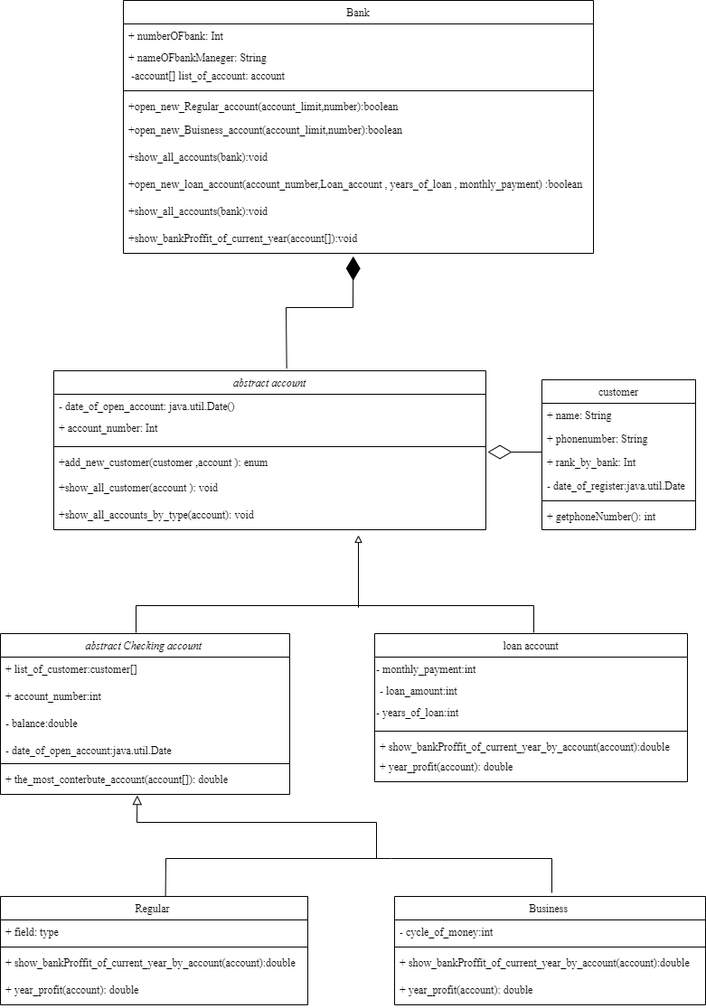
The draw.io diagram Bank.drawio.png in oran950/bank, before a commit. Source tidied: cells renumbered, new cells last; positions are measured from the earlier drawing's top-left corner, leaving out a move shared by most shapes.
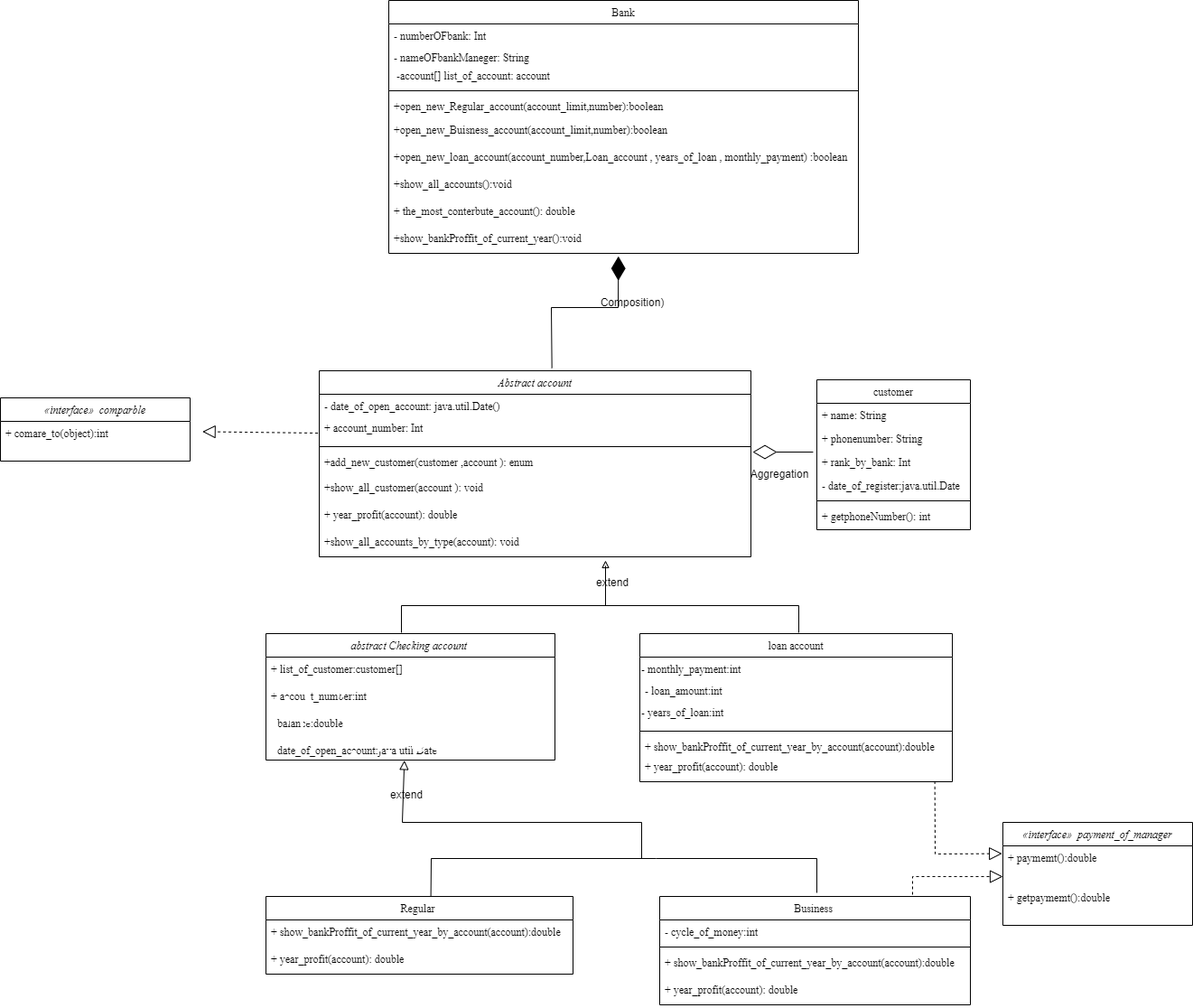
Above is the later version.

The edit, as a diff of the source:
```diff
@@ -13,22 +13,16 @@
       </mxGeometry>
     </mxCell>
     <mxCell id="3" value="Regular " style="swimlane;fontStyle=0;align=center;verticalAlign=top;horizontal=1;startSize=26;rounded=0;labelBackgroundColor=none;fontFamily=Times New Roman;" parent="1" vertex="1">
-      <mxGeometry y="992" width="340" height="120" as="geometry" />
+      <mxGeometry y="992" width="340" height="86" as="geometry" />
     </mxCell>
-    <mxCell id="4" value="+ field: type" style="text;strokeColor=none;fillColor=none;align=left;verticalAlign=top;spacingLeft=4;spacingRight=4;overflow=hidden;rounded=0;labelBackgroundColor=none;fontFamily=Times New Roman;fontStyle=0;" parent="3" vertex="1">
-      <mxGeometry y="26" width="340" height="26" as="geometry" />
-    </mxCell>
-    <mxCell id="5" style="line;strokeWidth=1;fillColor=none;align=left;verticalAlign=middle;spacingTop=-1;spacingLeft=3;spacingRight=3;labelPosition=right;rounded=0;labelBackgroundColor=none;fontFamily=Times New Roman;fontStyle=0;" parent="3" vertex="1">
-      <mxGeometry y="52" width="340" height="8" as="geometry" />
-    </mxCell>
     <mxCell id="6" value="+ show_bankProffit_of_current_year_by_account(account):double" style="text;strokeColor=none;fillColor=none;align=left;verticalAlign=top;spacingLeft=4;spacingRight=4;overflow=hidden;rounded=0;labelBackgroundColor=none;fontFamily=Times New Roman;fontStyle=0;" parent="3" vertex="1">
-      <mxGeometry y="60" width="340" height="30" as="geometry" />
+      <mxGeometry y="26" width="340" height="30" as="geometry" />
     </mxCell>
     <mxCell id="7" value="+ year_profit(account): double" style="text;strokeColor=none;fillColor=none;align=left;verticalAlign=top;spacingLeft=4;spacingRight=4;overflow=hidden;rounded=0;labelBackgroundColor=none;fontFamily=Times New Roman;fontStyle=0;" parent="3" vertex="1">
-      <mxGeometry y="90" width="340" height="30" as="geometry" />
+      <mxGeometry y="56" width="340" height="30" as="geometry" />
     </mxCell>
     <mxCell id="8" value="abstract Checking account " style="swimlane;fontStyle=2;align=center;verticalAlign=top;horizontal=1;startSize=26;rounded=0;labelBackgroundColor=none;fontFamily=Times New Roman;" parent="1" vertex="1">
-      <mxGeometry y="701" width="320" height="178" as="geometry" />
+      <mxGeometry y="701" width="320" height="140" as="geometry" />
     </mxCell>
     <mxCell id="9" value="+ list_of_customer:customer[] " style="text;strokeColor=none;fillColor=none;align=left;verticalAlign=top;spacingLeft=4;spacingRight=4;overflow=hidden;rounded=0;labelBackgroundColor=none;fontFamily=Times New Roman;fontStyle=0;" parent="8" vertex="1">
       <mxGeometry y="26" width="320" height="30" as="geometry" />
@@ -42,15 +36,8 @@
     <mxCell id="12" value="- date_of_open_account:java.util.Date&#10;" style="text;strokeColor=none;fillColor=none;align=left;verticalAlign=top;spacingLeft=4;spacingRight=4;overflow=hidden;points=[[0,0.5],[1,0.5]];portConstraint=eastwest;rounded=0;labelBackgroundColor=none;fontFamily=Times New Roman;fontStyle=0;" parent="8" vertex="1">
       <mxGeometry y="116" width="320" height="24" as="geometry" />
     </mxCell>
-    <mxCell id="13" style="line;strokeWidth=1;fillColor=none;align=left;verticalAlign=middle;spacingTop=-1;spacingLeft=3;spacingRight=3;labelPosition=right;rounded=0;labelBackgroundColor=none;fontFamily=Times New Roman;fontStyle=0;" parent="8" vertex="1">
-      <mxGeometry y="140" width="320" height="8" as="geometry" />
-    </mxCell>
-    <mxCell id="14" value="+ the_most_conterbute_account(account[]): double" style="text;strokeColor=none;fillColor=none;align=left;verticalAlign=top;spacingLeft=4;spacingRight=4;overflow=hidden;points=[[0,0.5],[1,0.5]];portConstraint=eastwest;rounded=0;labelBackgroundColor=none;fontFamily=Times New Roman;fontStyle=0;" parent="8" vertex="1">
-      <mxGeometry y="148" width="320" height="30" as="geometry" />
-    </mxCell>
-    <mxCell id="15" style="endArrow=diamondThin;endFill=0;endSize=24;html=1;rounded=0;labelBackgroundColor=none;fontColor=default;strokeWidth=1;fontFamily=Times New Roman;fontStyle=0;" parent="1" edge="1">
+    <mxCell id="15" style="endArrow=diamondThin;endFill=0;endSize=24;html=1;rounded=0;labelBackgroundColor=none;fontColor=default;strokeWidth=1;fontFamily=Times New Roman;fontStyle=0;exitX=-0.024;exitY=0.077;exitDx=0;exitDy=0;exitPerimeter=0;" parent="1" edge="1" source="53">
       <mxGeometry relative="1" as="geometry">
-        <mxPoint x="599" y="500" as="sourcePoint" />
         <mxPoint x="539" y="500" as="targetPoint" />
       </mxGeometry>
     </mxCell>
@@ -72,7 +59,7 @@
         </Array>
       </mxGeometry>
     </mxCell>
-    <mxCell id="18" style="endArrow=block;html=1;rounded=0;align=center;verticalAlign=bottom;endFill=0;labelBackgroundColor=none;endSize=8;fontColor=default;entryX=0.473;entryY=1.037;entryDx=0;entryDy=0;entryPerimeter=0;fontFamily=Times New Roman;fontStyle=0;" parent="1" edge="1" target="14">
+    <mxCell id="18" style="endArrow=block;html=1;rounded=0;align=center;verticalAlign=bottom;endFill=0;labelBackgroundColor=none;endSize=8;fontColor=default;entryX=0.479;entryY=1.015;entryDx=0;entryDy=0;entryPerimeter=0;fontFamily=Times New Roman;fontStyle=0;" parent="1" edge="1" target="12">
       <mxGeometry x="-1" y="-10" relative="1" as="geometry">
         <mxPoint x="416" y="950" as="sourcePoint" />
         <Array as="points">
@@ -84,10 +71,10 @@
     </mxCell>
     <mxCell id="19" style="endArrow=block;html=1;rounded=0;align=center;verticalAlign=bottom;endFill=0;labelBackgroundColor=none;endSize=6;fontColor=default;fontFamily=Times New Roman;fontStyle=0;" parent="1" edge="1">
       <mxGeometry x="-1" y="-22" relative="1" as="geometry">
-        <mxPoint x="396" y="632" as="sourcePoint" />
-        <mxPoint x="396" y="592" as="targetPoint" />
+        <mxPoint x="376" y="626" as="sourcePoint" />
+        <mxPoint x="376" y="620" as="targetPoint" />
         <Array as="points">
-          <mxPoint x="396" y="672" />
+          <mxPoint x="376" y="670" />
         </Array>
         <mxPoint x="-2" y="10" as="offset" />
       </mxGeometry>
@@ -128,8 +115,8 @@
     <mxCell id="31" value="+ year_profit(account): double" style="text;strokeColor=none;fillColor=none;align=left;verticalAlign=top;spacingLeft=4;spacingRight=4;overflow=hidden;points=[[0,0.5],[1,0.5]];portConstraint=eastwest;rounded=0;labelBackgroundColor=none;fontFamily=Times New Roman;fontStyle=0;" parent="25" vertex="1">
       <mxGeometry y="134" width="346" height="30" as="geometry" />
     </mxCell>
-    <mxCell id="32" value="abstract account" style="swimlane;fontStyle=2;align=center;verticalAlign=top;horizontal=1;startSize=26;rounded=0;labelBackgroundColor=none;fontFamily=Times New Roman;" parent="1" vertex="1">
-      <mxGeometry x="59" y="410" width="478" height="176" as="geometry" />
+    <mxCell id="32" value="Abstract account" style="swimlane;fontStyle=2;align=center;verticalAlign=top;horizontal=1;startSize=26;rounded=0;labelBackgroundColor=none;fontFamily=Times New Roman;" parent="1" vertex="1">
+      <mxGeometry x="59" y="410" width="478" height="206" as="geometry" />
     </mxCell>
     <mxCell id="33" value="- date_of_open_account: java.util.Date()" style="text;strokeColor=none;fillColor=none;align=left;verticalAlign=top;spacingLeft=4;spacingRight=4;overflow=hidden;rounded=0;labelBackgroundColor=none;fontFamily=Times New Roman;fontStyle=0;" parent="32" vertex="1">
       <mxGeometry y="26" width="478" height="24" as="geometry" />
@@ -146,16 +133,19 @@
     <mxCell id="37" value="+show_all_customer(account ): void" style="text;strokeColor=none;fillColor=none;align=left;verticalAlign=top;spacingLeft=4;spacingRight=4;overflow=hidden;rounded=0;labelBackgroundColor=none;fontFamily=Times New Roman;fontStyle=0;" parent="32" vertex="1">
       <mxGeometry y="116" width="478" height="30" as="geometry" />
     </mxCell>
+    <mxCell id="57" value="+ year_profit(account): double" style="text;strokeColor=none;fillColor=none;align=left;verticalAlign=top;spacingLeft=4;spacingRight=4;overflow=hidden;rounded=0;labelBackgroundColor=none;fontFamily=Times New Roman;fontStyle=0;" parent="32" vertex="1">
+      <mxGeometry y="146" width="478" height="30" as="geometry" />
+    </mxCell>
     <mxCell id="38" value="+show_all_accounts_by_type(account): void" style="text;strokeColor=none;fillColor=none;align=left;verticalAlign=top;spacingLeft=4;spacingRight=4;overflow=hidden;rounded=0;labelBackgroundColor=none;fontFamily=Times New Roman;fontStyle=0;" parent="32" vertex="1">
-      <mxGeometry y="146" width="478" height="30" as="geometry" />
+      <mxGeometry y="176" width="478" height="30" as="geometry" />
     </mxCell>
     <mxCell id="39" value="Bank" style="swimlane;fontStyle=0;align=center;verticalAlign=top;horizontal=1;startSize=26;rounded=0;labelBackgroundColor=none;fontFamily=Times New Roman;" parent="1" vertex="1">
       <mxGeometry x="136" width="520" height="280" as="geometry" />
     </mxCell>
-    <mxCell id="40" value="+ numberOFbank: Int" style="text;strokeColor=none;fillColor=none;align=left;verticalAlign=top;spacingLeft=4;spacingRight=4;overflow=hidden;rounded=0;labelBackgroundColor=none;fontFamily=Times New Roman;fontStyle=0;" parent="39" vertex="1">
+    <mxCell id="40" value="- numberOFbank: Int" style="text;strokeColor=none;fillColor=none;align=left;verticalAlign=top;spacingLeft=4;spacingRight=4;overflow=hidden;rounded=0;labelBackgroundColor=none;fontFamily=Times New Roman;fontStyle=0;" parent="39" vertex="1">
       <mxGeometry y="26" width="520" height="24" as="geometry" />
     </mxCell>
-    <mxCell id="41" value="+ nameOFbankManeger: String" style="text;strokeColor=none;fillColor=none;align=left;verticalAlign=top;spacingLeft=4;spacingRight=4;overflow=hidden;rounded=0;labelBackgroundColor=none;fontFamily=Times New Roman;fontStyle=0;" parent="39" vertex="1">
+    <mxCell id="41" value="- nameOFbankManeger: String" style="text;strokeColor=none;fillColor=none;align=left;verticalAlign=top;spacingLeft=4;spacingRight=4;overflow=hidden;rounded=0;labelBackgroundColor=none;fontFamily=Times New Roman;fontStyle=0;" parent="39" vertex="1">
       <mxGeometry y="50" width="520" height="20" as="geometry" />
     </mxCell>
     <mxCell id="42" value=" -account[] list_of_account: account" style="text;strokeColor=none;fillColor=none;align=left;verticalAlign=top;spacingLeft=4;spacingRight=4;overflow=hidden;rounded=0;labelBackgroundColor=none;fontFamily=Times New Roman;fontStyle=0;" parent="39" vertex="1">
@@ -170,20 +160,20 @@
     <mxCell id="45" value="+open_new_Buisness_account(account_limit,number):boolean" style="text;strokeColor=none;fillColor=none;align=left;verticalAlign=top;spacingLeft=4;spacingRight=4;overflow=hidden;rounded=0;labelBackgroundColor=none;fontFamily=Times New Roman;fontStyle=0;" parent="39" vertex="1">
       <mxGeometry y="130" width="520" height="30" as="geometry" />
     </mxCell>
+    <mxCell id="47" value="+open_new_loan_account(account_number,Loan_account , years_of_loan , monthly_payment) :boolean" style="text;strokeColor=none;fillColor=none;align=left;verticalAlign=top;spacingLeft=4;spacingRight=4;overflow=hidden;rounded=0;labelBackgroundColor=none;fontFamily=Times New Roman;fontStyle=0;" parent="39" vertex="1">
+      <mxGeometry y="160" width="520" height="30" as="geometry" />
+    </mxCell>
-    <mxCell id="46" value="+show_all_accounts(bank):void" style="text;strokeColor=none;fillColor=none;align=left;verticalAlign=top;spacingLeft=4;spacingRight=4;overflow=hidden;rounded=0;labelBackgroundColor=none;fontFamily=Times New Roman;fontStyle=0;" parent="39" vertex="1">
-      <mxGeometry y="160" width="520" height="30" as="geometry" />
+    <mxCell id="46" value="+show_all_accounts():void" style="text;strokeColor=none;fillColor=none;align=left;verticalAlign=top;spacingLeft=4;spacingRight=4;overflow=hidden;rounded=0;labelBackgroundColor=none;fontFamily=Times New Roman;fontStyle=0;" parent="39" vertex="1">
+      <mxGeometry y="190" width="520" height="30" as="geometry" />
     </mxCell>
-    <mxCell id="47" value="+open_new_loan_account(account_number,Loan_account , years_of_loan , monthly_payment) :boolean" style="text;strokeColor=none;fillColor=none;align=left;verticalAlign=top;spacingLeft=4;spacingRight=4;overflow=hidden;rounded=0;labelBackgroundColor=none;fontFamily=Times New Roman;fontStyle=0;" parent="39" vertex="1">
-      <mxGeometry y="190" width="520" height="30" as="geometry" />
-    </mxCell>
-    <mxCell id="48" value="+show_all_accounts(bank):void" style="text;strokeColor=none;fillColor=none;align=left;verticalAlign=top;spacingLeft=4;spacingRight=4;overflow=hidden;rounded=0;labelBackgroundColor=none;fontFamily=Times New Roman;fontStyle=0;" parent="39" vertex="1">
-      <mxGeometry y="220" width="520" height="30" as="geometry" />
-    </mxCell>
+    <mxCell id="58" value="+ the_most_conterbute_account(): double" style="text;strokeColor=none;fillColor=none;align=left;verticalAlign=top;spacingLeft=4;spacingRight=4;overflow=hidden;rounded=0;labelBackgroundColor=none;fontFamily=Times New Roman;fontStyle=0;" parent="39" vertex="1">
+      <mxGeometry y="220" width="520" height="30" as="geometry" />
+    </mxCell>
-    <mxCell id="49" value="+show_bankProffit_of_current_year(account[]):void" style="text;strokeColor=none;fillColor=none;align=left;verticalAlign=top;spacingLeft=4;spacingRight=4;overflow=hidden;points=[[0,0.5],[1,0.5]];portConstraint=eastwest;rounded=0;labelBackgroundColor=none;fontFamily=Times New Roman;fontStyle=0;" parent="39" vertex="1">
+    <mxCell id="49" value="+show_bankProffit_of_current_year():void" style="text;strokeColor=none;fillColor=none;align=left;verticalAlign=top;spacingLeft=4;spacingRight=4;overflow=hidden;points=[[0,0.5],[1,0.5]];portConstraint=eastwest;rounded=0;labelBackgroundColor=none;fontFamily=Times New Roman;fontStyle=0;" parent="39" vertex="1">
       <mxGeometry y="250" width="520" height="30" as="geometry" />
     </mxCell>
     <mxCell id="50" value="customer" style="swimlane;fontStyle=0;align=center;verticalAlign=top;horizontal=1;startSize=26;rounded=0;labelBackgroundColor=none;fontFamily=Times New Roman;" parent="1" vertex="1">
-      <mxGeometry x="599" y="420" width="170" height="166" as="geometry" />
+      <mxGeometry x="610" y="420" width="170" height="166" as="geometry" />
     </mxCell>
     <mxCell id="51" value="+ name: String" style="text;strokeColor=none;fillColor=none;align=left;verticalAlign=top;spacingLeft=4;spacingRight=4;overflow=hidden;rounded=0;labelBackgroundColor=none;fontFamily=Times New Roman;fontStyle=0;" parent="50" vertex="1">
       <mxGeometry y="26" width="170" height="26" as="geometry" />
@@ -203,5 +193,52 @@
     <mxCell id="56" value="+ getphoneNumber(): int" style="text;strokeColor=none;fillColor=none;align=left;verticalAlign=top;spacingLeft=4;spacingRight=4;overflow=hidden;rounded=0;labelBackgroundColor=none;fontFamily=Times New Roman;fontStyle=0;" parent="50" vertex="1">
       <mxGeometry y="138" width="170" height="28" as="geometry" />
     </mxCell>
+    <mxCell id="59" value="extend" style="text;strokeColor=none;align=center;fillColor=none;html=1;verticalAlign=middle;whiteSpace=wrap;rounded=0;" parent="1" vertex="1">
+      <mxGeometry x="354" y="630" width="60" height="30" as="geometry" />
+    </mxCell>
+    <mxCell id="60" value="extend" style="text;strokeColor=none;align=center;fillColor=none;html=1;verticalAlign=middle;whiteSpace=wrap;rounded=0;" parent="1" vertex="1">
+      <mxGeometry x="126" y="865" width="60" height="30" as="geometry" />
+    </mxCell>
+    <mxCell id="61" value="Composition)" style="text;strokeColor=none;align=center;fillColor=none;html=1;verticalAlign=middle;whiteSpace=wrap;rounded=0;" parent="1" vertex="1">
+      <mxGeometry x="376" y="320" width="60" height="30" as="geometry" />
+    </mxCell>
+    <mxCell id="62" value="Aggregation" style="text;strokeColor=none;align=center;fillColor=none;html=1;verticalAlign=middle;whiteSpace=wrap;rounded=0;" parent="1" vertex="1">
+      <mxGeometry x="539" y="510" width="60" height="30" as="geometry" />
+    </mxCell>
+    <mxCell id="63" style="endArrow=block;dashed=1;endFill=0;endSize=12;html=1;rounded=0;exitX=-0.003;exitY=0.633;exitDx=0;exitDy=0;exitPerimeter=0;entryX=1.033;entryY=0.548;entryDx=0;entryDy=0;entryPerimeter=0;" parent="1" edge="1" source="34">
+      <mxGeometry relative="1" as="geometry">
+        <mxPoint x="-70.4" y="477.4" as="targetPoint" />
+      </mxGeometry>
+    </mxCell>
+    <mxCell id="64" value="«interface»  comparble" style="swimlane;fontStyle=2;align=center;verticalAlign=top;horizontal=1;startSize=26;rounded=0;labelBackgroundColor=none;fontFamily=Times New Roman;" parent="1" vertex="1">
+      <mxGeometry x="-294" y="440" width="210" height="70" as="geometry" />
+    </mxCell>
+    <mxCell id="65" value="+ comare_to(object):int" style="text;strokeColor=none;fillColor=none;align=left;verticalAlign=top;spacingLeft=4;spacingRight=4;overflow=hidden;rounded=0;labelBackgroundColor=none;fontFamily=Times New Roman;fontStyle=0;" parent="64" vertex="1">
+      <mxGeometry y="26" width="210" height="44" as="geometry" />
+    </mxCell>
+    <mxCell id="66" value="«interface»  payment_of_manager" style="swimlane;fontStyle=2;align=center;verticalAlign=top;horizontal=1;startSize=26;rounded=0;labelBackgroundColor=none;fontFamily=Times New Roman;" parent="1" vertex="1">
+      <mxGeometry x="816" y="910" width="210" height="114" as="geometry" />
+    </mxCell>
+    <mxCell id="67" value="+ paymemt():double" style="text;strokeColor=none;fillColor=none;align=left;verticalAlign=top;spacingLeft=4;spacingRight=4;overflow=hidden;points=[[0,0.5],[1,0.5]];portConstraint=eastwest;rounded=0;labelBackgroundColor=none;fontFamily=Times New Roman;fontStyle=0;" parent="66" vertex="1">
+      <mxGeometry y="26" width="210" height="44" as="geometry" />
+    </mxCell>
+    <mxCell id="68" value="+ getpaymemt():double" style="text;strokeColor=none;fillColor=none;align=left;verticalAlign=top;spacingLeft=4;spacingRight=4;overflow=hidden;rounded=0;labelBackgroundColor=none;fontFamily=Times New Roman;fontStyle=0;" parent="66" vertex="1">
+      <mxGeometry y="70" width="210" height="44" as="geometry" />
+    </mxCell>
+    <mxCell id="69" style="endArrow=block;dashed=1;endFill=0;endSize=12;html=1;rounded=0;exitX=0.944;exitY=0.98;exitDx=0;exitDy=0;exitPerimeter=0;entryX=-0.004;entryY=0.195;entryDx=0;entryDy=0;entryPerimeter=0;" parent="1" edge="1" source="31" target="67">
+      <mxGeometry relative="1" as="geometry">
+        <Array as="points">
+          <mxPoint x="741" y="945" />
+        </Array>
+      </mxGeometry>
+    </mxCell>
+    <mxCell id="70" style="endArrow=block;dashed=1;endFill=0;endSize=12;html=1;rounded=0;entryX=0;entryY=0.773;entryDx=0;entryDy=0;entryPerimeter=0;" parent="1" edge="1" target="67">
+      <mxGeometry relative="1" as="geometry">
+        <mxPoint x="716" y="990" as="sourcePoint" />
+        <Array as="points">
+          <mxPoint x="716" y="970" />
+        </Array>
+      </mxGeometry>
+    </mxCell>
   </root>
 </mxGraphModel>
```
